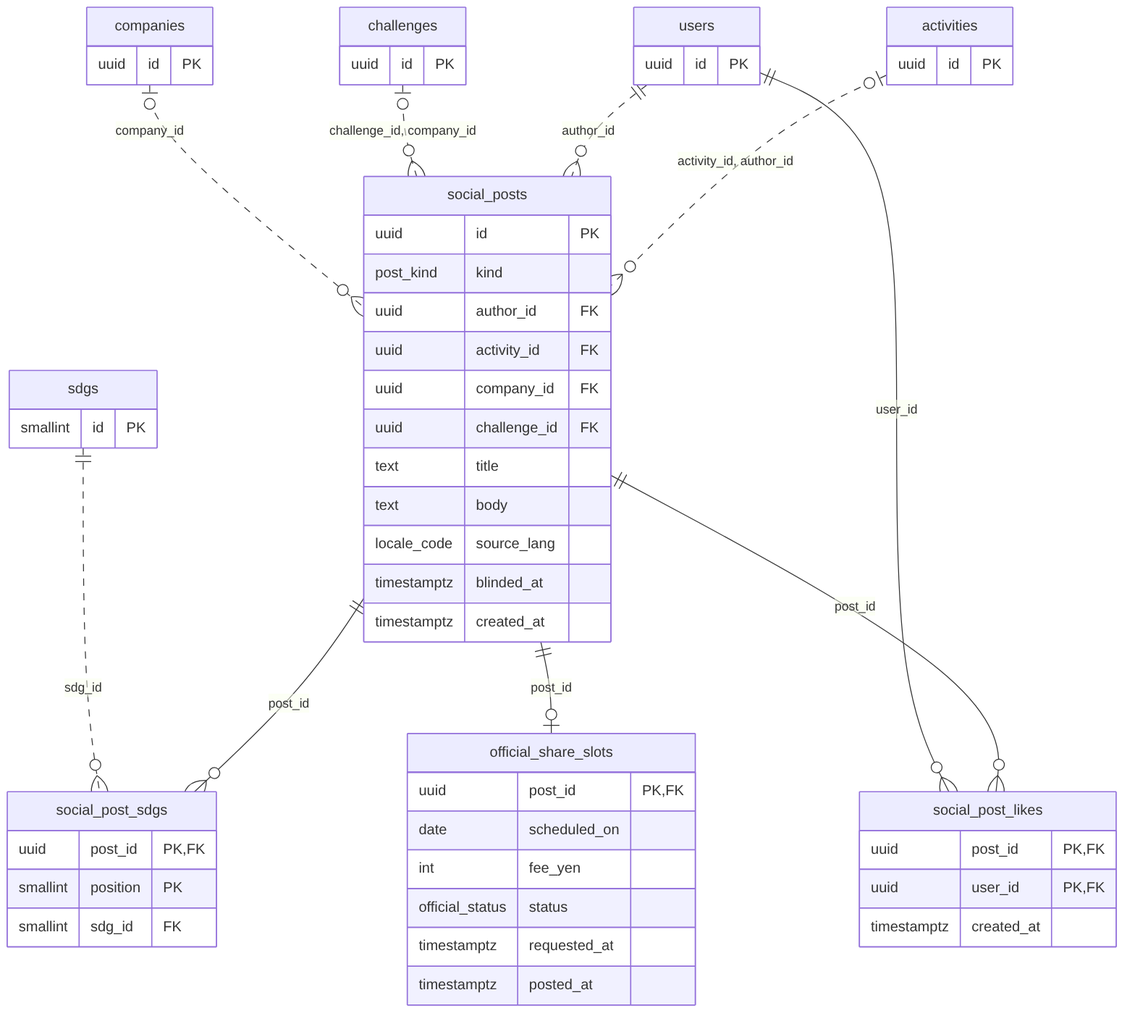
Before: docs/erd/08-social.png, a diagram exported from Mermaid (atome9797/sdgs-compass). Its source is kept beside it as docs/erd/08-social.mmd.
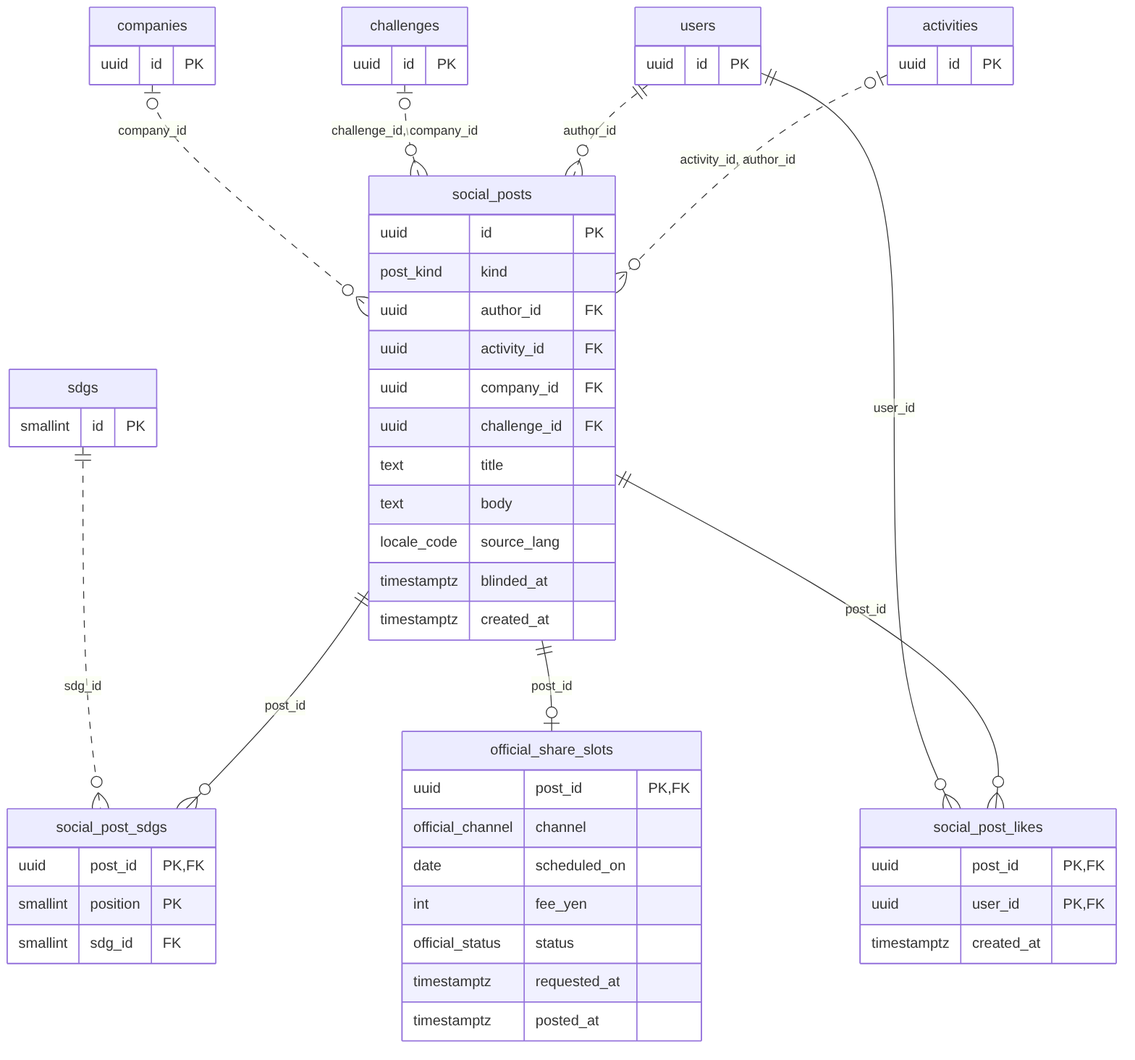
Above is the later version.

What changed in the source:
```diff
@@ -24,6 +24,7 @@
   }
   official_share_slots {
     uuid post_id PK, FK
+    official_channel channel
     date scheduled_on
     int fee_yen
     official_status status
```
